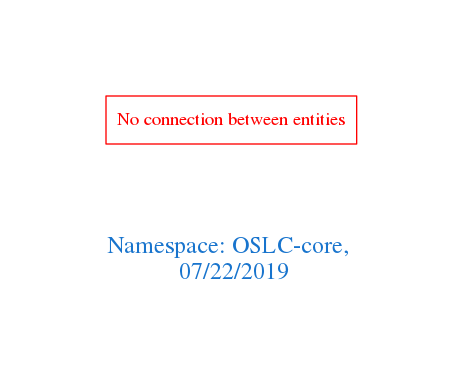
The Graphviz diagram downloads/OSLC-core.png in arago/OGIT, before a commit. Its source is kept beside it as downloads/OSLC-core.dot.
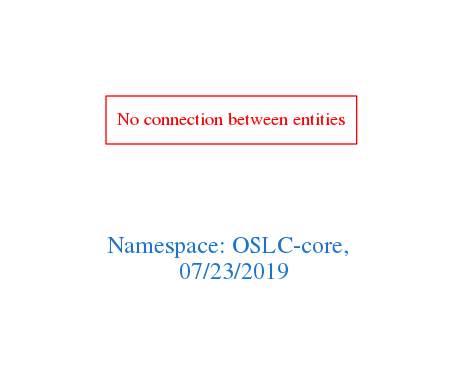
The same file after the commit.

The edit, as a diff of the source:
```diff
@@ -1,7 +1,7 @@
 digraph OGIT_ontology {
  graph [ rankdir= LR,pad=1
 fontsize = 18,
-fontcolor= dodgerblue3,label = "\n\n\nNamespace: OSLC-core, \n 07/22/2019"];
+fontcolor= dodgerblue3,label = "\n\n\nNamespace: OSLC-core, \n 07/23/2019"];
 node[shape=polygon];
 edge [  color="gray81"];
 
```
